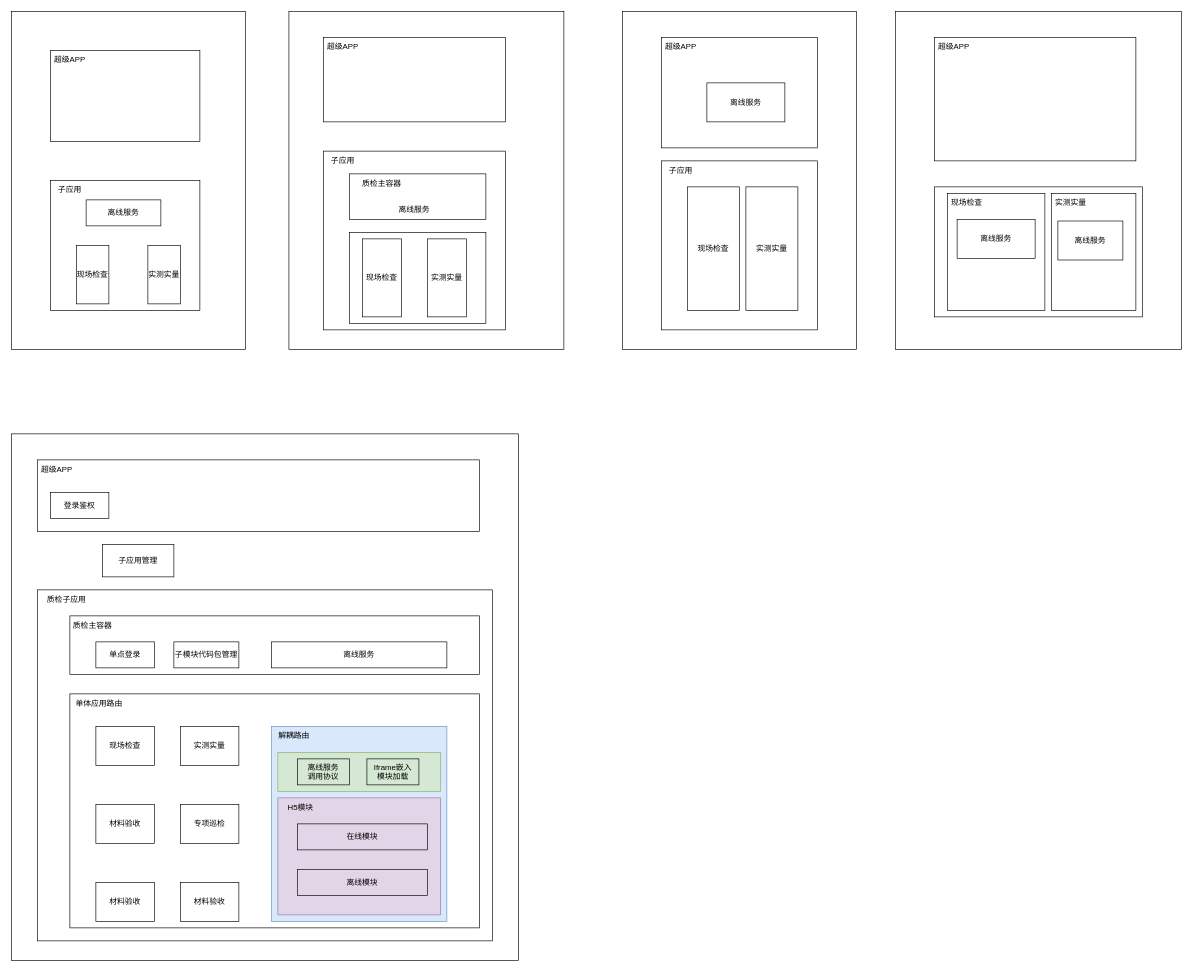
This is micro/Untitled Diagram.drawio from jsven/design-draw, a draw.io file, before an edit. Source tidied: cells renumbered, new cells numbered last; positions are measured from the earlier drawing's top-left corner, leaving out a move shared by most shapes. Both pictures are drawn from the tidied source at 65%, with x=0, y=0 at pixel (11, 11).
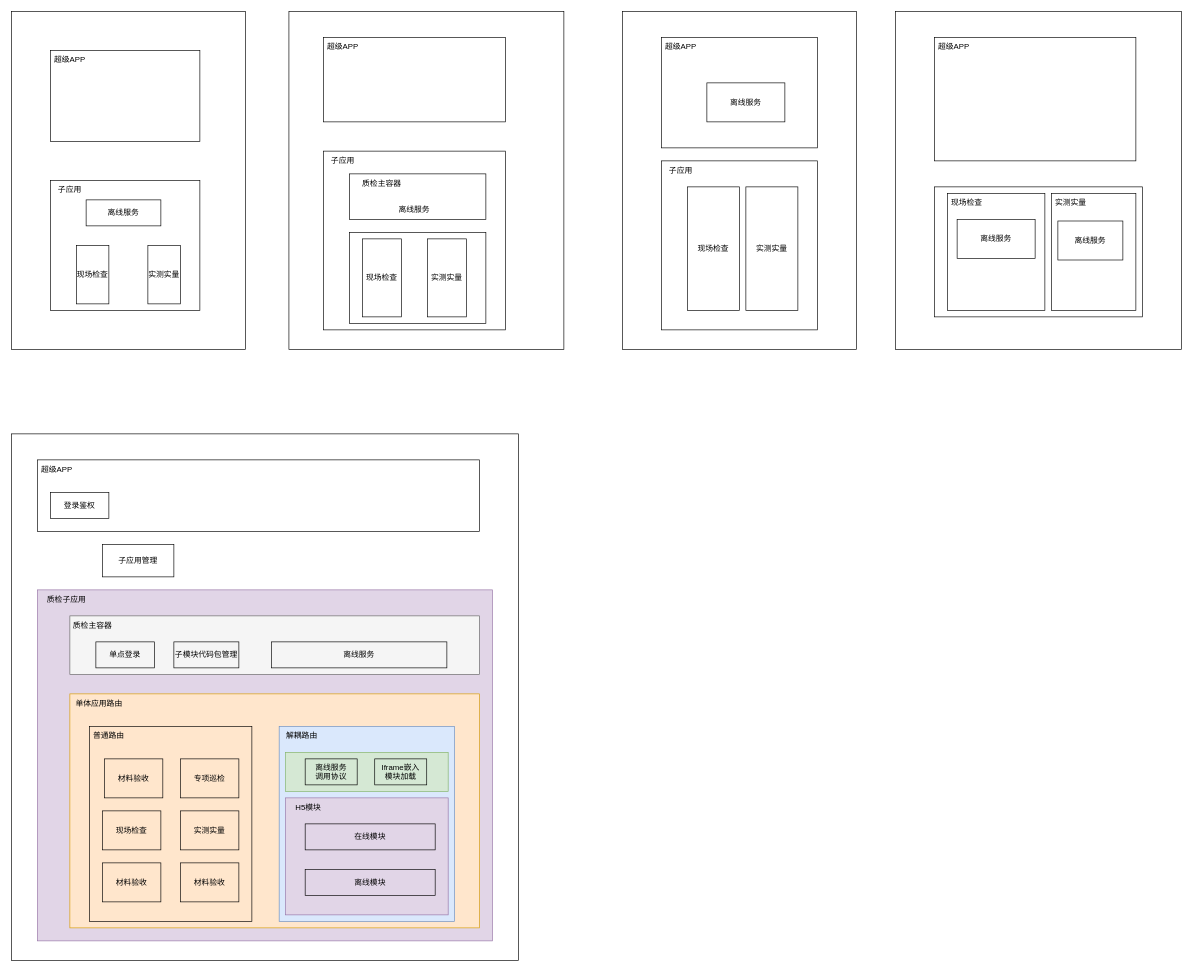
The same page after the edit.

The edit, as a diff of the source:
```diff
@@
+    <mxCell id="72" style="rounded=0;whiteSpace=wrap;html=1;fillColor=none;" parent="1" vertex="1">
+      <mxGeometry x="120" y="1100" width="250" height="300" as="geometry" />
+    </mxCell>
@@
-    <mxCell id="48" style="rounded=0;whiteSpace=wrap;html=1;fillColor=none;" parent="1" vertex="1">
+    <mxCell id="48" style="rounded=0;whiteSpace=wrap;html=1;fillColor=#e1d5e7;strokeColor=#9673a6;" parent="1" vertex="1">
       <mxGeometry x="40" y="890" width="700" height="540" as="geometry" />
     </mxCell>
@@
-    <mxCell id="50" style="rounded=0;whiteSpace=wrap;html=1;fillColor=none;" parent="1" vertex="1">
+    <mxCell id="50" style="rounded=0;whiteSpace=wrap;html=1;fillColor=#f5f5f5;fontColor=#333333;strokeColor=#666666;" parent="1" vertex="1">
       <mxGeometry x="90" y="930" width="630" height="90" as="geometry" />
     </mxCell>
@@
-    <mxCell id="54" style="rounded=0;whiteSpace=wrap;html=1;fillColor=none;" parent="1" vertex="1">
+    <mxCell id="54" style="rounded=0;whiteSpace=wrap;html=1;fillColor=#ffe6cc;strokeColor=#d79b00;" parent="1" vertex="1">
       <mxGeometry x="90" y="1050" width="630" height="360" as="geometry" />
     </mxCell>
@@
+    <mxCell id="63" value="离线服务" style="rounded=0;whiteSpace=wrap;html=1;fillColor=none;" parent="1" vertex="1">
+      <mxGeometry x="400" y="970" width="270" height="40" as="geometry" />
+    </mxCell>
+    <mxCell id="73" style="group;" parent="1" vertex="1">
+      <mxGeometry x="120" y="1100" width="250" height="300" as="geometry" />
+    </mxCell>
+    <mxCell id="74" style="rounded=0;whiteSpace=wrap;html=1;fillColor=none;" parent="73" vertex="1">
+      <mxGeometry width="250" height="300" as="geometry" />
+    </mxCell>
+    <mxCell id="75" value="普通路由" style="text;html=1;strokeColor=none;fillColor=none;align=center;verticalAlign=middle;whiteSpace=wrap;rounded=0;" parent="73" vertex="1">
+      <mxGeometry width="60" height="30" as="geometry" />
+    </mxCell>
+    <mxCell id="76" style="group;" parent="73" vertex="1">
+      <mxGeometry x="20" y="50" width="210" height="220" as="geometry" />
+    </mxCell>
-    <mxCell id="56" value="现场检查" style="rounded=0;whiteSpace=wrap;html=1;fillColor=none;" parent="1" vertex="1">
-      <mxGeometry x="130" y="1100" width="90" height="60" as="geometry" />
+    <mxCell id="56" value="现场检查" style="rounded=0;whiteSpace=wrap;html=1;fillColor=none;" parent="76" vertex="1">
+      <mxGeometry y="80" width="90" height="60" as="geometry" />
     </mxCell>
-    <mxCell id="57" value="实测实量" style="rounded=0;whiteSpace=wrap;html=1;fillColor=none;" parent="1" vertex="1">
-      <mxGeometry x="260" y="1100" width="90" height="60" as="geometry" />
+    <mxCell id="57" value="实测实量" style="rounded=0;whiteSpace=wrap;html=1;fillColor=none;" parent="76" vertex="1">
+      <mxGeometry x="120" y="80" width="90" height="60" as="geometry" />
     </mxCell>
-    <mxCell id="58" value="材料验收" style="rounded=0;whiteSpace=wrap;html=1;fillColor=none;" parent="1" vertex="1">
-      <mxGeometry x="130" y="1220" width="90" height="60" as="geometry" />
+    <mxCell id="58" value="材料验收" style="rounded=0;whiteSpace=wrap;html=1;fillColor=none;" parent="76" vertex="1">
+      <mxGeometry x="3" width="90" height="60" as="geometry" />
     </mxCell>
-    <mxCell id="59" value="专项巡检" style="rounded=0;whiteSpace=wrap;html=1;fillColor=none;" parent="1" vertex="1">
-      <mxGeometry x="260" y="1220" width="90" height="60" as="geometry" />
+    <mxCell id="59" value="专项巡检" style="rounded=0;whiteSpace=wrap;html=1;fillColor=none;" parent="76" vertex="1">
+      <mxGeometry x="120" width="90" height="60" as="geometry" />
     </mxCell>
+    <mxCell id="68" value="材料验收" style="rounded=0;whiteSpace=wrap;html=1;fillColor=none;" parent="76" vertex="1">
+      <mxGeometry x="120" y="160" width="90" height="60" as="geometry" />
+    </mxCell>
+    <mxCell id="69" value="材料验收" style="rounded=0;whiteSpace=wrap;html=1;fillColor=none;" parent="76" vertex="1">
+      <mxGeometry y="160" width="90" height="60" as="geometry" />
+    </mxCell>
+    <mxCell id="77" style="group;" parent="1" vertex="1">
+      <mxGeometry x="412" y="1100" width="270" height="300" as="geometry" />
+    </mxCell>
-    <mxCell id="60" style="rounded=0;whiteSpace=wrap;html=1;fillColor=#dae8fc;strokeColor=#6c8ebf;" parent="1" vertex="1">
-      <mxGeometry x="400" y="1100" width="270" height="300" as="geometry" />
+    <mxCell id="60" style="rounded=0;whiteSpace=wrap;html=1;fillColor=#dae8fc;strokeColor=#6c8ebf;" parent="77" vertex="1">
+      <mxGeometry width="270" height="300" as="geometry" />
     </mxCell>
+    <mxCell id="78" style="group;" parent="77" vertex="1">
+      <mxGeometry width="260" height="290" as="geometry" />
+    </mxCell>
-    <mxCell id="61" value="解耦路由" style="text;html=1;strokeColor=none;fillColor=none;align=center;verticalAlign=middle;whiteSpace=wrap;rounded=0;" parent="1" vertex="1">
-      <mxGeometry x="400" y="1100" width="70" height="30" as="geometry" />
+    <mxCell id="61" value="解耦路由" style="text;html=1;strokeColor=none;fillColor=none;align=center;verticalAlign=middle;whiteSpace=wrap;rounded=0;" parent="78" vertex="1">
+      <mxGeometry width="70" height="30" as="geometry" />
     </mxCell>
-    <mxCell id="62" style="rounded=0;whiteSpace=wrap;html=1;fillColor=#e1d5e7;strokeColor=#9673a6;" parent="1" vertex="1">
-      <mxGeometry x="410" y="1210" width="250" height="180" as="geometry" />
+    <mxCell id="62" style="rounded=0;whiteSpace=wrap;html=1;fillColor=#e1d5e7;strokeColor=#9673a6;" parent="78" vertex="1">
+      <mxGeometry x="10" y="110" width="250" height="180" as="geometry" />
     </mxCell>
-    <mxCell id="63" value="离线服务" style="rounded=0;whiteSpace=wrap;html=1;fillColor=none;" parent="1" vertex="1">
-      <mxGeometry x="400" y="970" width="270" height="40" as="geometry" />
-    </mxCell>
-    <mxCell id="64" style="rounded=0;whiteSpace=wrap;html=1;fillColor=#d5e8d4;strokeColor=#82b366;" parent="1" vertex="1">
-      <mxGeometry x="410" y="1140" width="250" height="60" as="geometry" />
+    <mxCell id="64" style="rounded=0;whiteSpace=wrap;html=1;fillColor=#d5e8d4;strokeColor=#82b366;" parent="78" vertex="1">
+      <mxGeometry x="10" y="40" width="250" height="60" as="geometry" />
     </mxCell>
-    <mxCell id="65" value="离线服务&lt;br&gt;调用协议" style="rounded=0;whiteSpace=wrap;html=1;fillColor=none;" parent="1" vertex="1">
-      <mxGeometry x="440" y="1150" width="80" height="40" as="geometry" />
+    <mxCell id="65" value="离线服务&lt;br&gt;调用协议" style="rounded=0;whiteSpace=wrap;html=1;fillColor=none;" parent="78" vertex="1">
+      <mxGeometry x="40" y="50" width="80" height="40" as="geometry" />
     </mxCell>
-    <mxCell id="66" value="Iframe嵌入&lt;br&gt;模块加载" style="rounded=0;whiteSpace=wrap;html=1;fillColor=none;" parent="1" vertex="1">
-      <mxGeometry x="547" y="1150" width="80" height="40" as="geometry" />
+    <mxCell id="66" value="Iframe嵌入&lt;br&gt;模块加载" style="rounded=0;whiteSpace=wrap;html=1;fillColor=none;" parent="78" vertex="1">
+      <mxGeometry x="147" y="50" width="80" height="40" as="geometry" />
     </mxCell>
-    <mxCell id="67" value="H5模块" style="text;html=1;strokeColor=none;fillColor=none;align=center;verticalAlign=middle;whiteSpace=wrap;rounded=0;" parent="1" vertex="1">
-      <mxGeometry x="410" y="1210" width="70" height="30" as="geometry" />
+    <mxCell id="67" value="H5模块" style="text;html=1;strokeColor=none;fillColor=none;align=center;verticalAlign=middle;whiteSpace=wrap;rounded=0;" parent="78" vertex="1">
+      <mxGeometry x="10" y="110" width="70" height="30" as="geometry" />
     </mxCell>
-    <mxCell id="68" value="材料验收" style="rounded=0;whiteSpace=wrap;html=1;fillColor=none;" parent="1" vertex="1">
-      <mxGeometry x="130" y="1340" width="90" height="60" as="geometry" />
-    </mxCell>
-    <mxCell id="69" value="材料验收" style="rounded=0;whiteSpace=wrap;html=1;fillColor=none;" parent="1" vertex="1">
-      <mxGeometry x="260" y="1340" width="90" height="60" as="geometry" />
-    </mxCell>
-    <mxCell id="70" value="在线模块" style="rounded=0;whiteSpace=wrap;html=1;fillColor=none;" parent="1" vertex="1">
-      <mxGeometry x="440" y="1250" width="200" height="40" as="geometry" />
+    <mxCell id="70" value="在线模块" style="rounded=0;whiteSpace=wrap;html=1;fillColor=none;" parent="78" vertex="1">
+      <mxGeometry x="40" y="150" width="200" height="40" as="geometry" />
     </mxCell>
-    <mxCell id="71" value="离线模块" style="rounded=0;whiteSpace=wrap;html=1;fillColor=none;" parent="1" vertex="1">
-      <mxGeometry x="440" y="1320" width="200" height="40" as="geometry" />
+    <mxCell id="71" value="离线模块" style="rounded=0;whiteSpace=wrap;html=1;fillColor=none;" parent="78" vertex="1">
+      <mxGeometry x="40" y="220" width="200" height="40" as="geometry" />
     </mxCell>
```
